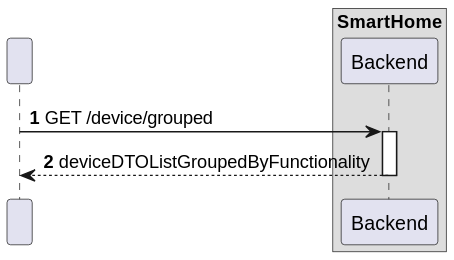
Before: docs/C4_4plus1_models/Level2/ProcessView/ProcessViewLevel2_UC09_v1.svg, a diagram exported from PlantUML (moutajDev/smarthome). Its diagram source:
```plantuml
@startuml
!pragma layout smetana

autonumber

participant " " as HTTP

box "SmartHome"
    participant "Backend" as BE
end box


HTTP -> BE : GET /device/grouped
activate BE

BE --> HTTP : deviceDTOListGroupedByFunctionality
deactivate BE
@enduml
```
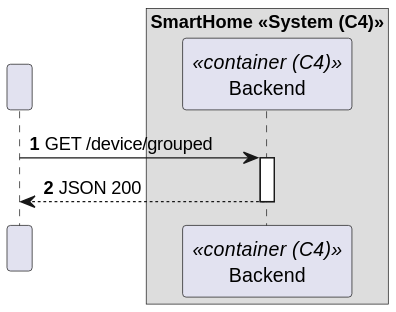
The same diagram one commit later.

Change to the diagram source:
```diff
@@ -5,14 +5,14 @@
 
 participant " " as HTTP
 
-box "SmartHome"
-    participant "Backend" as BE
+box "SmartHome <<System (C4)>>"
+    participant "Backend" as BE<<container (C4)>>
 end box
 
 
 HTTP -> BE : GET /device/grouped
 activate BE
 
-BE --> HTTP : deviceDTOListGroupedByFunctionality
+BE --> HTTP : JSON 200
 deactivate BE
 @enduml
```
